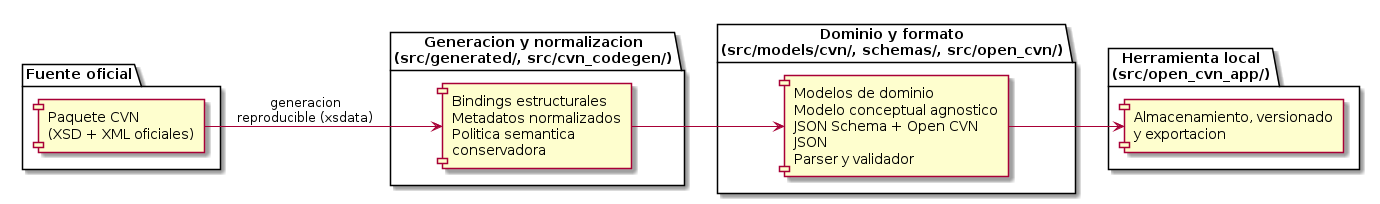
holt00/TFG-open-cvn-schema keeps this PlantUML diagram as docs/memoria/figs/open_cvn_layered_architecture.png. Above is the earlier version. Its source is kept beside it as docs/memoria/figs/open_cvn_layered_architecture.puml.
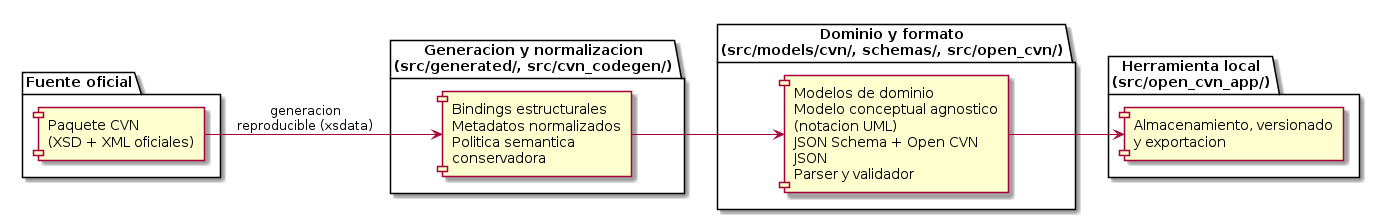
Above is the later version.

Diff of the diagram source:
```diff
@@ -16,7 +16,7 @@
 }
 
 package "Dominio y formato\n(src/models/cvn/, schemas/, src/open_cvn/)" as p_capa2 {
-  [Modelos de dominio\nModelo conceptual agnostico\nJSON Schema + Open CVN JSON\nParser y validador] as capa2
+  [Modelos de dominio\nModelo conceptual agnostico\n(notacion UML)\nJSON Schema + Open CVN JSON\nParser y validador] as capa2
 }
 
 package "Herramienta local\n(src/open_cvn_app/)" as p_app {
```
